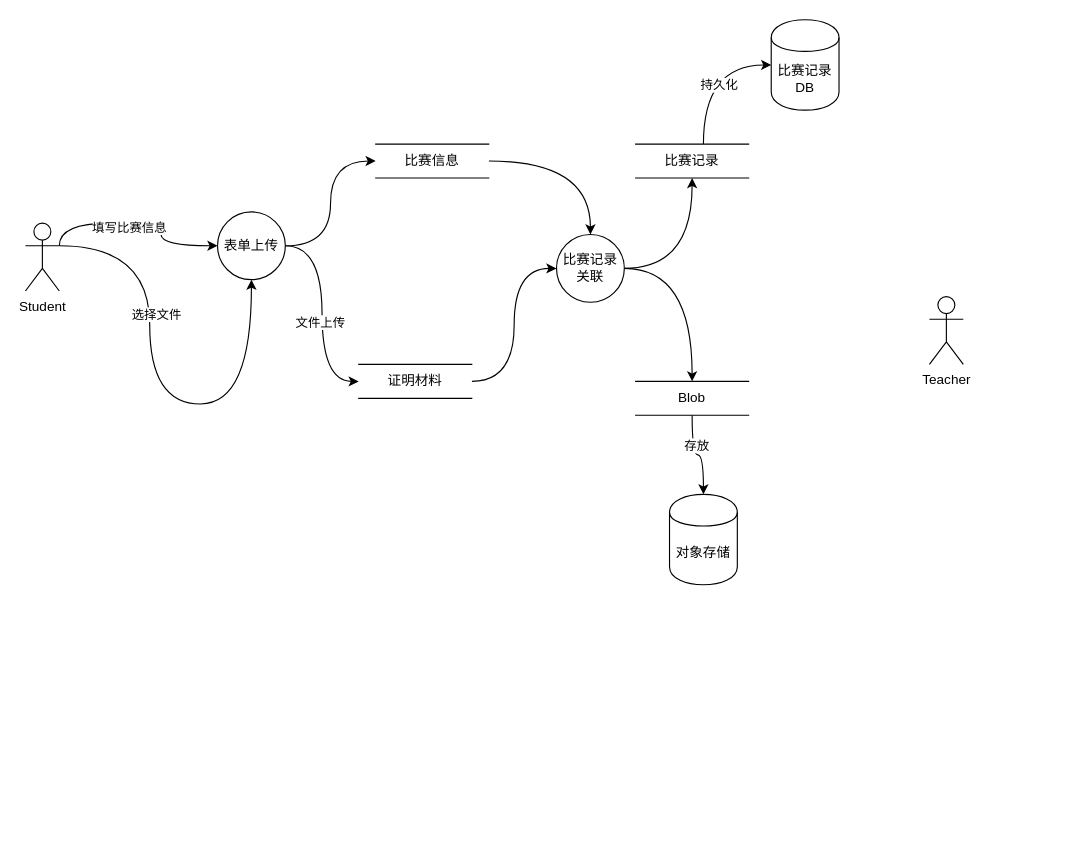
Above: map/swms-student-upload.drawio in msqtt/Sources (draw.io), before the change. Source tidied: cells renumbered, new cells numbered last; positions are measured from the earlier drawing's top-left corner, leaving out a move shared by most shapes. Both pictures are drawn from the tidied source at 113%, with x=0, y=0 at pixel (25, 19).
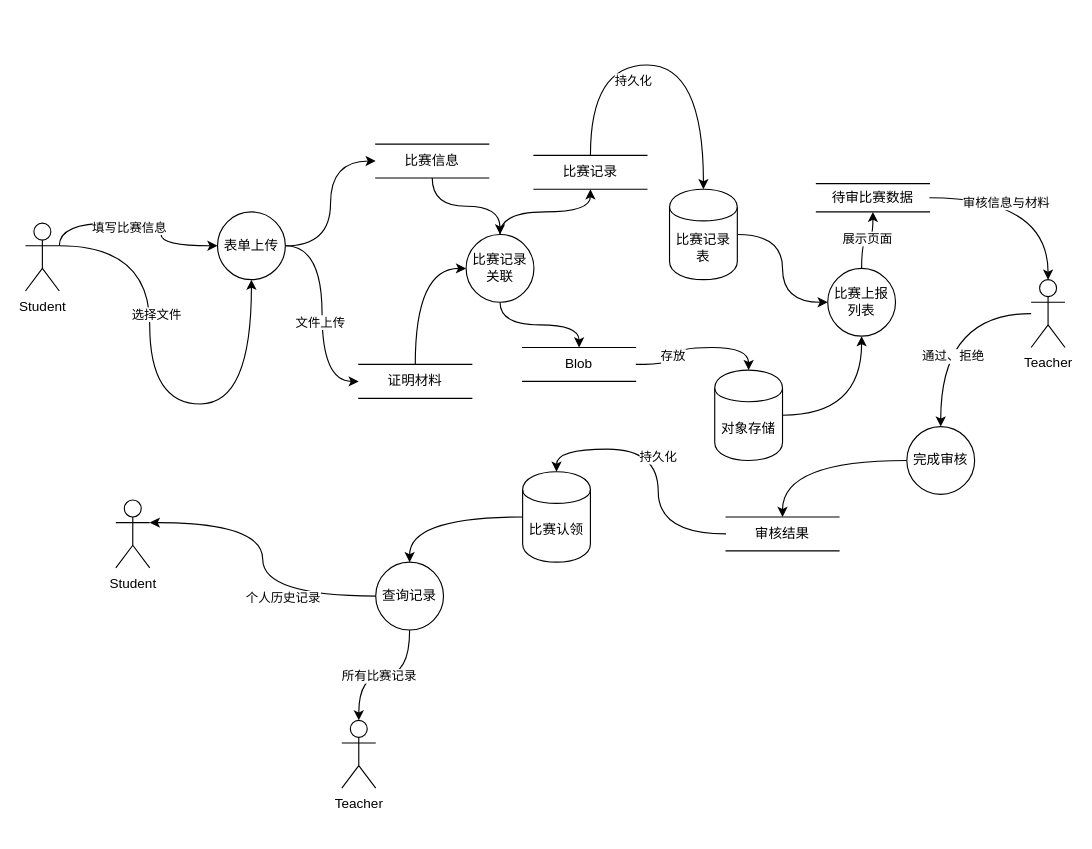
After the change.

The edit, as a diff of the source:
```diff
@@
+    <mxCell id="27" style="edgeStyle=orthogonalEdgeStyle;rounded=0;jettySize=auto;html=1;curved=1;" parent="1" edge="1" source="11" target="39">
+      <mxGeometry relative="1" as="geometry" />
+    </mxCell>
+    <mxCell id="28" value="通过、拒绝" style="edgeLabel;html=1;align=center;verticalAlign=middle;" parent="27" vertex="1">
+      <mxGeometry x="0.29" y="10" relative="1" as="geometry">
+        <mxPoint y="1" as="offset" />
+      </mxGeometry>
+    </mxCell>
     <mxCell id="11" value="&lt;div&gt;Teacher&lt;/div&gt;&lt;div&gt;&lt;br&gt;&lt;/div&gt;" style="shape=umlActor;verticalLabelPosition=bottom;verticalAlign=top;html=1;outlineConnect=0;" parent="1" vertex="1">
-      <mxGeometry x="800" y="245" width="30" height="60" as="geometry" />
+      <mxGeometry x="890" y="230" width="30" height="60" as="geometry" />
     </mxCell>
@@
     <mxCell id="14" value="比赛记录关联" style="shape=ellipse;html=1;dashed=0;whiteSpace=wrap;perimeter=ellipsePerimeter;" parent="1" vertex="1">
-      <mxGeometry x="470" y="190" width="60" height="60" as="geometry" />
+      <mxGeometry x="390" y="190" width="60" height="60" as="geometry" />
     </mxCell>
@@
-    <mxCell id="19" style="edgeStyle=orthogonalEdgeStyle;rounded=0;jettySize=auto;html=1;entryX=0;entryY=0.5;entryDx=0;entryDy=0;curved=1;" parent="1" edge="1" source="21" target="22">
+    <mxCell id="19" style="edgeStyle=orthogonalEdgeStyle;rounded=0;jettySize=auto;html=1;entryX=0.5;entryY=0;entryDx=0;entryDy=0;curved=1;" parent="1" edge="1" source="21" target="22">
       <mxGeometry relative="1" as="geometry">
         <Array as="points">
           <mxPoint x="600" y="40" />
+          <mxPoint x="730" y="40" />
         </Array>
       </mxGeometry>
     </mxCell>
@@
     <mxCell id="21" value="比赛记录" style="html=1;dashed=0;whiteSpace=wrap;shape=partialRectangle;right=0;left=0;" parent="1" vertex="1">
-      <mxGeometry x="540" y="110" width="100" height="30" as="geometry" />
+      <mxGeometry x="450" y="120" width="100" height="30" as="geometry" />
     </mxCell>
+    <mxCell id="29" style="edgeStyle=orthogonalEdgeStyle;rounded=0;jettySize=auto;html=1;entryX=0;entryY=0.5;entryDx=0;entryDy=0;curved=1;" parent="1" edge="1" source="22" target="33">
+      <mxGeometry relative="1" as="geometry" />
+    </mxCell>
-    <mxCell id="22" value="比赛记录DB" style="shape=cylinder;whiteSpace=wrap;html=1;boundedLbl=1;backgroundOutline=1;" parent="1" vertex="1">
-      <mxGeometry x="660" width="60" height="80" as="geometry" />
+    <mxCell id="22" value="比赛记录表" style="shape=cylinder;whiteSpace=wrap;html=1;boundedLbl=1;backgroundOutline=1;" parent="1" vertex="1">
+      <mxGeometry x="570" y="150" width="60" height="80" as="geometry" />
     </mxCell>
@@
     <mxCell id="25" value="Blob" style="html=1;dashed=0;whiteSpace=wrap;shape=partialRectangle;right=0;left=0;" parent="1" vertex="1">
-      <mxGeometry x="540" y="320" width="100" height="30" as="geometry" />
+      <mxGeometry x="440" y="290" width="100" height="30" as="geometry" />
     </mxCell>
+    <mxCell id="30" style="edgeStyle=orthogonalEdgeStyle;rounded=0;jettySize=auto;html=1;entryX=0.5;entryY=1;entryDx=0;entryDy=0;curved=1;" parent="1" edge="1" source="26" target="33">
+      <mxGeometry relative="1" as="geometry" />
+    </mxCell>
     <mxCell id="26" value="对象存储" style="shape=cylinder;whiteSpace=wrap;html=1;boundedLbl=1;backgroundOutline=1;" parent="1" vertex="1">
-      <mxGeometry x="570" y="420" width="60" height="80" as="geometry" />
+      <mxGeometry x="610" y="310" width="60" height="80" as="geometry" />
     </mxCell>
+    <mxCell id="31" style="edgeStyle=orthogonalEdgeStyle;rounded=0;jettySize=auto;html=1;curved=1;" parent="1" edge="1" source="33" target="34">
+      <mxGeometry relative="1" as="geometry" />
+    </mxCell>
+    <mxCell id="32" value="展示页面" style="edgeLabel;html=1;align=center;verticalAlign=middle;" parent="31" vertex="1">
+      <mxGeometry x="-0.02" y="2" relative="1" as="geometry" />
+    </mxCell>
+    <mxCell id="33" value="比赛上报列表" style="shape=ellipse;html=1;dashed=0;whiteSpace=wrap;perimeter=ellipsePerimeter;" parent="1" vertex="1">
+      <mxGeometry x="710" y="220" width="60" height="60" as="geometry" />
+    </mxCell>
+    <mxCell id="34" value="待审比赛数据" style="html=1;dashed=0;whiteSpace=wrap;shape=partialRectangle;right=0;left=0;" parent="1" vertex="1">
+      <mxGeometry x="700" y="145" width="100" height="25" as="geometry" />
+    </mxCell>
+    <mxCell id="35" style="edgeStyle=orthogonalEdgeStyle;rounded=0;jettySize=auto;html=1;entryX=0.5;entryY=0;entryDx=0;entryDy=0;entryPerimeter=0;curved=1;" parent="1" edge="1" source="34" target="11">
+      <mxGeometry relative="1" as="geometry" />
+    </mxCell>
+    <mxCell id="36" value="审核信息与材料" style="edgeLabel;html=1;align=center;verticalAlign=middle;" parent="35" vertex="1">
+      <mxGeometry x="-0.24" y="-4" relative="1" as="geometry" />
+    </mxCell>
+    <mxCell id="37" style="edgeStyle=orthogonalEdgeStyle;rounded=0;orthogonalLoop=1;jettySize=auto;html=1;exitX=0.5;exitY=1;exitDx=0;exitDy=0;" parent="1" edge="1" source="21" target="21">
+      <mxGeometry relative="1" as="geometry" />
+    </mxCell>
+    <mxCell id="38" style="edgeStyle=orthogonalEdgeStyle;rounded=0;jettySize=auto;html=1;entryX=0.5;entryY=0;entryDx=0;entryDy=0;curved=1;" parent="1" edge="1" source="39" target="42">
+      <mxGeometry relative="1" as="geometry" />
+    </mxCell>
+    <mxCell id="39" value="完成审核" style="shape=ellipse;html=1;dashed=0;whiteSpace=wrap;perimeter=ellipsePerimeter;" parent="1" vertex="1">
+      <mxGeometry x="780" y="360" width="60" height="60" as="geometry" />
+    </mxCell>
+    <mxCell id="40" style="edgeStyle=orthogonalEdgeStyle;rounded=0;jettySize=auto;html=1;entryX=0.5;entryY=0;entryDx=0;entryDy=0;curved=1;" parent="1" edge="1" source="42" target="51">
+      <mxGeometry relative="1" as="geometry" />
+    </mxCell>
+    <mxCell id="41" value="持久化" style="edgeLabel;html=1;align=center;verticalAlign=middle;" parent="40" vertex="1">
+      <mxGeometry x="0.05" y="1" relative="1" as="geometry" />
+    </mxCell>
+    <mxCell id="42" value="审核结果" style="html=1;dashed=0;whiteSpace=wrap;shape=partialRectangle;right=0;left=0;" parent="1" vertex="1">
+      <mxGeometry x="620" y="440" width="100" height="30" as="geometry" />
+    </mxCell>
+    <mxCell id="43" style="edgeStyle=orthogonalEdgeStyle;rounded=0;jettySize=auto;html=1;entryX=0.5;entryY=0;entryDx=0;entryDy=0;curved=1;exitX=0;exitY=0.5;exitDx=0;exitDy=0;" parent="1" edge="1" source="51" target="45">
+      <mxGeometry relative="1" as="geometry" />
+    </mxCell>
+    <mxCell id="44" value="Student" style="shape=umlActor;verticalLabelPosition=bottom;verticalAlign=top;html=1;outlineConnect=0;" parent="1" vertex="1">
+      <mxGeometry x="80" y="425" width="30" height="60" as="geometry" />
+    </mxCell>
+    <mxCell id="45" value="查询记录" style="shape=ellipse;html=1;dashed=0;whiteSpace=wrap;perimeter=ellipsePerimeter;" parent="1" vertex="1">
+      <mxGeometry x="310" y="480" width="60" height="60" as="geometry" />
+    </mxCell>
+    <mxCell id="46" value="&lt;div&gt;Teacher&lt;/div&gt;&lt;div&gt;&lt;br&gt;&lt;/div&gt;" style="shape=umlActor;verticalLabelPosition=bottom;verticalAlign=top;html=1;outlineConnect=0;" parent="1" vertex="1">
+      <mxGeometry x="280" y="620" width="30" height="60" as="geometry" />
+    </mxCell>
+    <mxCell id="47" style="edgeStyle=orthogonalEdgeStyle;rounded=0;jettySize=auto;html=1;entryX=1;entryY=0.3333333333333333;entryDx=0;entryDy=0;entryPerimeter=0;curved=1;" parent="1" edge="1" source="45" target="44">
+      <mxGeometry relative="1" as="geometry" />
+    </mxCell>
+    <mxCell id="48" value="个人历史记录" style="edgeLabel;html=1;align=center;verticalAlign=middle;" parent="47" vertex="1">
+      <mxGeometry x="-0.37" y="1" relative="1" as="geometry" />
+    </mxCell>
+    <mxCell id="49" style="edgeStyle=orthogonalEdgeStyle;rounded=0;jettySize=auto;html=1;entryX=0.5;entryY=0;entryDx=0;entryDy=0;entryPerimeter=0;curved=1;" parent="1" edge="1" source="45" target="46">
+      <mxGeometry relative="1" as="geometry" />
+    </mxCell>
+    <mxCell id="50" value="所有比赛记录" style="edgeLabel;html=1;align=center;verticalAlign=middle;" parent="49" vertex="1">
+      <mxGeometry x="0.09" relative="1" as="geometry" />
+    </mxCell>
+    <mxCell id="51" value="比赛认领" style="shape=cylinder;whiteSpace=wrap;html=1;boundedLbl=1;backgroundOutline=1;" parent="1" vertex="1">
+      <mxGeometry x="440" y="400" width="60" height="80" as="geometry" />
+    </mxCell>
```
